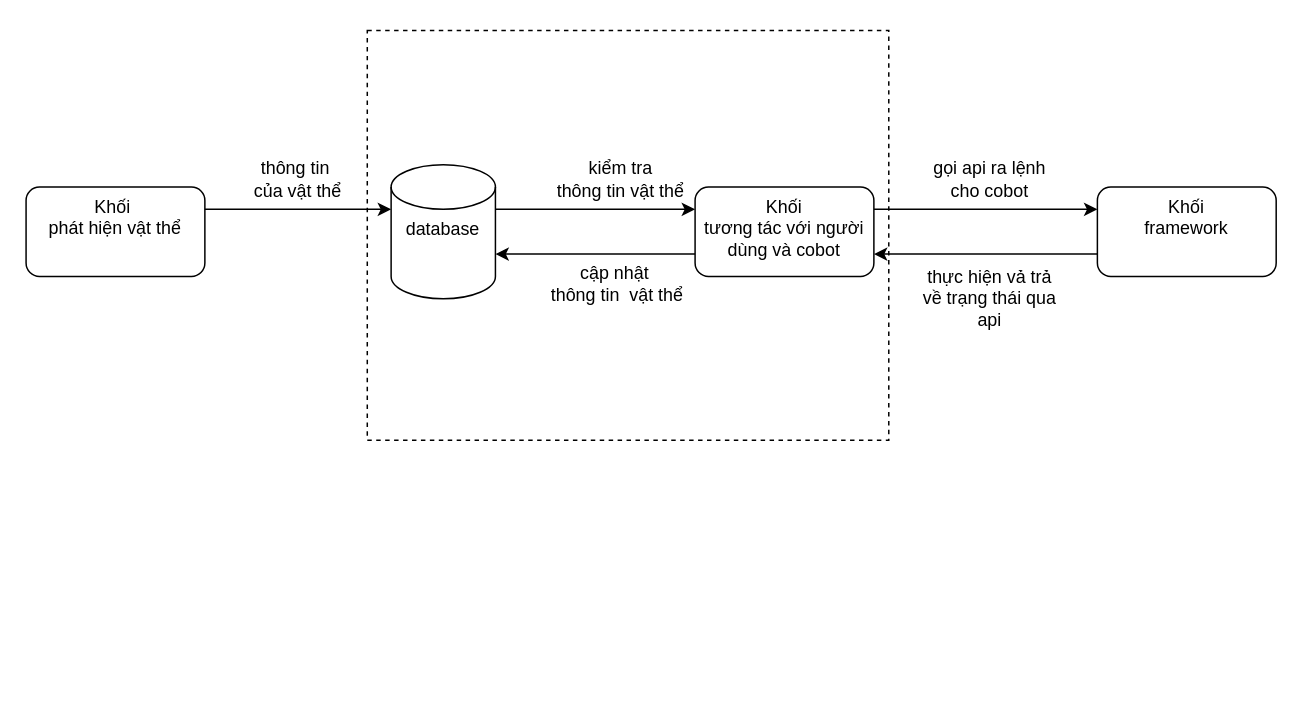
This is page "Trang-3" (3 of 3) of user_diagram.drawio from LTDat-HustK65/GP, a draw.io file, before an edit. Source tidied: cells renumbered, new cells numbered last; positions are measured from the earlier drawing's top-left corner, leaving out a move shared by most shapes. Both pictures are drawn from the tidied source at 149%, with x=0, y=0 at pixel (25, 30).
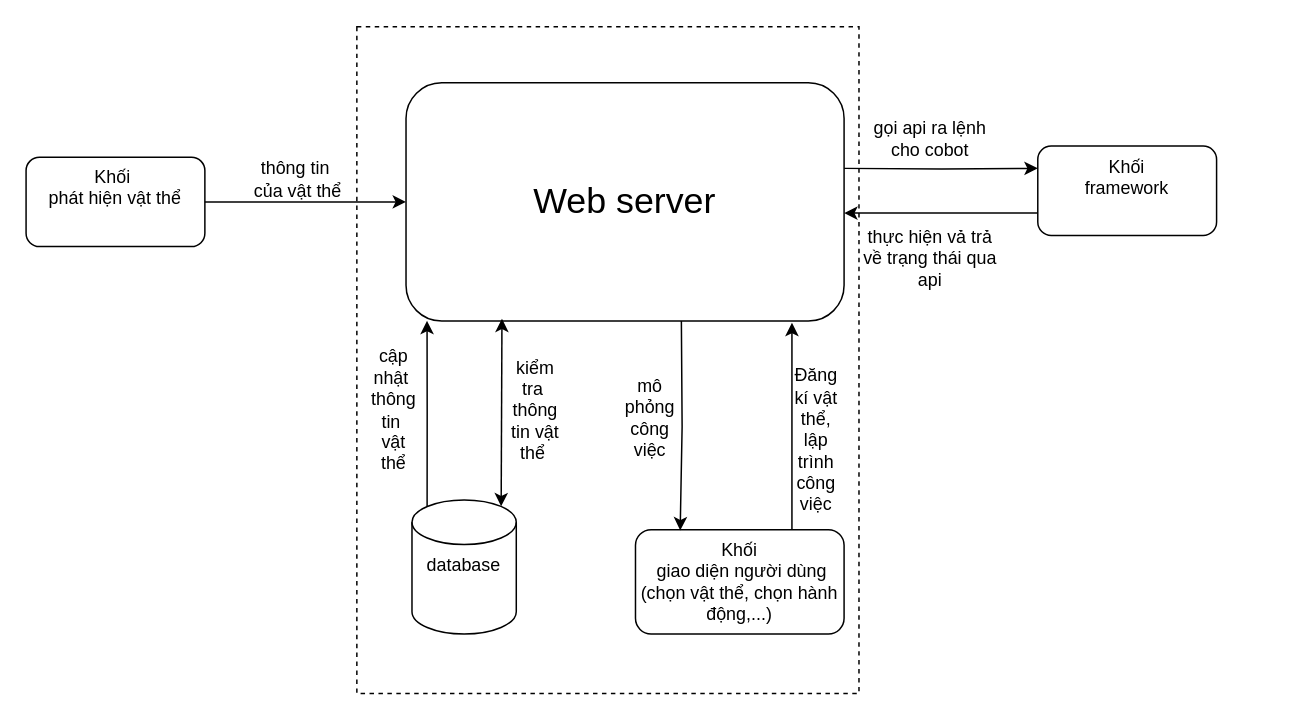
The same diagram, later.

Commit message:
Cập nhật user_diagram.drawio

The edit, as a diff of the source:
```diff
@@
     <mxCell id="2" style="dashed=1;rounded=0;whiteSpace=wrap;html=1;strokeColor=default;align=center;verticalAlign=top;fontFamily=Helvetica;fontSize=12;fontColor=default;fillColor=default;" parent="1" vertex="1">
-      <mxGeometry x="229" width="350" height="275" as="geometry" />
+      <mxGeometry x="222" y="-2.5" width="337" height="447.5" as="geometry" />
     </mxCell>
     <mxCell id="3" value="Khối&amp;nbsp;&lt;div&gt;phát hiện vật thể&lt;/div&gt;" style="rounded=1;whiteSpace=wrap;html=1;strokeColor=default;align=center;verticalAlign=top;fontFamily=Helvetica;fontSize=12;fontColor=default;fillColor=default;" parent="1" vertex="1">
-      <mxGeometry y="105" width="120" height="60" as="geometry" />
+      <mxGeometry y="85" width="120" height="60" as="geometry" />
     </mxCell>
-    <mxCell id="4" style="edgeStyle=orthogonalEdgeStyle;rounded=0;jettySize=auto;html=1;exitX=1;exitY=0.25;exitDx=0;exitDy=0;entryX=0;entryY=0.25;entryDx=0;entryDy=0;fontFamily=Helvetica;fontSize=12;fontColor=default;" parent="1" edge="1" source="5" target="7">
-      <mxGeometry relative="1" as="geometry" />
+    <mxCell id="4" style="edgeStyle=orthogonalEdgeStyle;rounded=0;jettySize=auto;html=1;entryX=0;entryY=0.25;entryDx=0;entryDy=0;fontFamily=Helvetica;fontSize=12;fontColor=default;" parent="1" edge="1" target="7">
+      <mxGeometry relative="1" as="geometry">
+        <mxPoint x="549" y="92.5" as="sourcePoint" />
+      </mxGeometry>
     </mxCell>
-    <mxCell id="5" value="Khối&lt;div&gt;tương tác với người dùng và cobot&lt;/div&gt;" style="rounded=1;whiteSpace=wrap;html=1;strokeColor=default;align=center;verticalAlign=top;fontFamily=Helvetica;fontSize=12;fontColor=default;fillColor=default;" parent="1" vertex="1">
-      <mxGeometry x="449" y="105" width="120" height="60" as="geometry" />
+    <mxCell id="5" value="Khối&lt;div&gt;&amp;nbsp;giao diện người dùng&lt;/div&gt;&lt;div&gt;(chọn vật thể, chọn hành động,...)&lt;/div&gt;" style="rounded=1;whiteSpace=wrap;html=1;strokeColor=default;align=center;verticalAlign=top;fontFamily=Helvetica;fontSize=12;fontColor=default;fillColor=default;" parent="1" vertex="1">
+      <mxGeometry x="409" y="335" width="140" height="70" as="geometry" />
     </mxCell>
-    <mxCell id="6" style="edgeStyle=orthogonalEdgeStyle;rounded=0;jettySize=auto;html=1;exitX=0;exitY=0.75;exitDx=0;exitDy=0;entryX=1;entryY=0.75;entryDx=0;entryDy=0;fontFamily=Helvetica;fontSize=12;fontColor=default;" parent="1" edge="1" source="7" target="5">
-      <mxGeometry relative="1" as="geometry" />
+    <mxCell id="6" style="edgeStyle=orthogonalEdgeStyle;rounded=0;jettySize=auto;html=1;exitX=0;exitY=0.75;exitDx=0;exitDy=0;fontFamily=Helvetica;fontSize=12;fontColor=default;" parent="1" edge="1" source="7">
+      <mxGeometry relative="1" as="geometry">
+        <mxPoint x="549" y="122.5" as="targetPoint" />
+      </mxGeometry>
     </mxCell>
     <mxCell id="7" value="Khối&lt;div&gt;framework&lt;/div&gt;" style="rounded=1;whiteSpace=wrap;html=1;strokeColor=default;align=center;verticalAlign=top;fontFamily=Helvetica;fontSize=12;fontColor=default;fillColor=default;" parent="1" vertex="1">
-      <mxGeometry x="719" y="105" width="120" height="60" as="geometry" />
+      <mxGeometry x="679" y="77.5" width="120" height="60" as="geometry" />
     </mxCell>
-    <mxCell id="8" style="edgeStyle=orthogonalEdgeStyle;rounded=0;jettySize=auto;html=1;exitX=1;exitY=0;exitDx=0;exitDy=30;exitPerimeter=0;entryX=0;entryY=0.25;entryDx=0;entryDy=0;fontFamily=Helvetica;fontSize=12;fontColor=default;" parent="1" edge="1" source="9" target="5">
-      <mxGeometry relative="1" as="geometry" />
-    </mxCell>
     <mxCell id="9" value="database" style="shape=cylinder3;whiteSpace=wrap;html=1;boundedLbl=1;backgroundOutline=1;size=15;strokeColor=default;align=center;verticalAlign=top;fontFamily=Helvetica;fontSize=12;fontColor=default;fillColor=default;" parent="1" vertex="1">
-      <mxGeometry x="245" y="90" width="70" height="90" as="geometry" />
+      <mxGeometry x="259" y="315" width="70" height="90" as="geometry" />
     </mxCell>
-    <mxCell id="10" style="endArrow=classic;html=1;rounded=0;fontFamily=Helvetica;fontSize=12;fontColor=default;exitX=1;exitY=0.25;exitDx=0;exitDy=0;entryX=0;entryY=0;entryDx=0;entryDy=30;entryPerimeter=0;" parent="1" edge="1" source="3" target="9">
+    <mxCell id="10" style="endArrow=classic;html=1;rounded=0;fontFamily=Helvetica;fontSize=12;fontColor=default;exitX=1;exitY=0.5;exitDx=0;exitDy=0;entryX=0;entryY=0.5;entryDx=0;entryDy=0;" parent="1" edge="1" source="3" target="17">
       <mxGeometry relative="1" as="geometry" />
     </mxCell>
-    <mxCell id="11" style="edgeStyle=orthogonalEdgeStyle;rounded=0;jettySize=auto;html=1;exitX=0;exitY=0.75;exitDx=0;exitDy=0;entryX=1;entryY=0;entryDx=0;entryDy=60;entryPerimeter=0;fontFamily=Helvetica;fontSize=12;fontColor=default;" parent="1" edge="1" source="5" target="9">
-      <mxGeometry relative="1" as="geometry" />
-    </mxCell>
     <mxCell id="12" value="kiểm tra&amp;nbsp;&lt;div&gt;thông tin vật thể&amp;nbsp;&lt;/div&gt;" style="text;html=1;align=center;verticalAlign=middle;whiteSpace=wrap;rounded=0;fontFamily=Helvetica;fontSize=12;fontColor=default;" parent="1" vertex="1">
-      <mxGeometry x="353" y="85" width="96" height="30" as="geometry" />
+      <mxGeometry x="319" y="215" width="46" height="80" as="geometry" />
     </mxCell>
@@
     <mxCell id="14" value="cập nhật&amp;nbsp;&lt;div&gt;thông tin&amp;nbsp; vật thể&lt;/div&gt;" style="text;html=1;align=center;verticalAlign=middle;whiteSpace=wrap;rounded=0;fontFamily=Helvetica;fontSize=12;fontColor=default;" parent="1" vertex="1">
-      <mxGeometry x="349" y="155" width="96" height="30" as="geometry" />
+      <mxGeometry x="229" y="215" width="36" height="80" as="geometry" />
     </mxCell>
     <mxCell id="15" value="gọi api ra lệnh cho cobot" style="text;html=1;align=center;verticalAlign=middle;whiteSpace=wrap;rounded=0;fontFamily=Helvetica;fontSize=12;fontColor=default;" parent="1" vertex="1">
-      <mxGeometry x="602" y="80" width="90" height="40" as="geometry" />
+      <mxGeometry x="562" y="52.5" width="90" height="40" as="geometry" />
     </mxCell>
     <mxCell id="16" value="thực hiện vả trả về trạng thái qua api" style="text;html=1;align=center;verticalAlign=middle;whiteSpace=wrap;rounded=0;fontFamily=Helvetica;fontSize=12;fontColor=default;" parent="1" vertex="1">
-      <mxGeometry x="597" y="155" width="100" height="50" as="geometry" />
+      <mxGeometry x="557" y="127.5" width="100" height="50" as="geometry" />
     </mxCell>
+    <mxCell id="17" value="&lt;font style=&quot;font-size: 24px;&quot;&gt;Web server&lt;/font&gt;" style="rounded=1;whiteSpace=wrap;html=1;" parent="1" vertex="1">
+      <mxGeometry x="255" y="35" width="294" height="160" as="geometry" />
+    </mxCell>
+    <mxCell id="18" style="edgeStyle=orthogonalEdgeStyle;rounded=0;jettySize=auto;html=1;exitX=0.75;exitY=0;exitDx=0;exitDy=0;entryX=0.881;entryY=1.007;entryDx=0;entryDy=0;entryPerimeter=0;" parent="1" edge="1" source="5" target="17">
+      <mxGeometry relative="1" as="geometry" />
+    </mxCell>
+    <mxCell id="19" style="edgeStyle=orthogonalEdgeStyle;rounded=0;orthogonalLoop=1;jettySize=auto;html=1;exitX=0.75;exitY=1;exitDx=0;exitDy=0;entryX=0.469;entryY=0.007;entryDx=0;entryDy=0;entryPerimeter=0;" parent="1" edge="1">
+      <mxGeometry relative="1" as="geometry">
+        <mxPoint x="439.8" y="195" as="sourcePoint" />
+        <mxPoint x="439" y="335.5" as="targetPoint" />
+      </mxGeometry>
+    </mxCell>
+    <mxCell id="20" style="edgeStyle=orthogonalEdgeStyle;rounded=0;jettySize=auto;html=1;exitX=0.145;exitY=0;exitDx=0;exitDy=4.35;exitPerimeter=0;entryX=0.048;entryY=0.999;entryDx=0;entryDy=0;entryPerimeter=0;" parent="1" edge="1" source="9" target="17">
+      <mxGeometry relative="1" as="geometry" />
+    </mxCell>
+    <mxCell id="21" value="Đăng kí vật thể, lập trình công việc" style="text;html=1;align=center;verticalAlign=middle;whiteSpace=wrap;rounded=0;" parent="1" vertex="1">
+      <mxGeometry x="512" y="225.6" width="37" height="99.4" as="geometry" />
+    </mxCell>
+    <mxCell id="22" style="endArrow=classic;startArrow=classic;html=1;rounded=0;exitX=0.855;exitY=0;exitDx=0;exitDy=4.35;exitPerimeter=0;entryX=0.219;entryY=0.99;entryDx=0;entryDy=0;entryPerimeter=0;" parent="1" edge="1" source="9" target="17">
+      <mxGeometry relative="1" as="geometry" />
+    </mxCell>
+    <mxCell id="23" value="mô phỏng công việc" style="text;html=1;align=center;verticalAlign=middle;whiteSpace=wrap;rounded=0;" parent="1" vertex="1">
+      <mxGeometry x="399" y="215" width="40" height="90" as="geometry" />
+    </mxCell>
```
